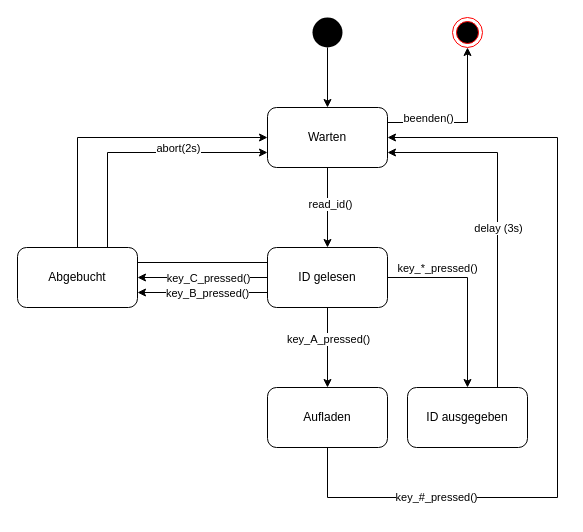
Above: design/StatePattern.drawio in lukas-honold/BudeRFID (draw.io), before the change. Source tidied: cells renumbered, new cells numbered last; positions are measured from the earlier drawing's top-left corner, leaving out a move shared by most shapes. Both pictures are drawn from the tidied source at 100%, with x=0, y=0 at pixel (17, 17).
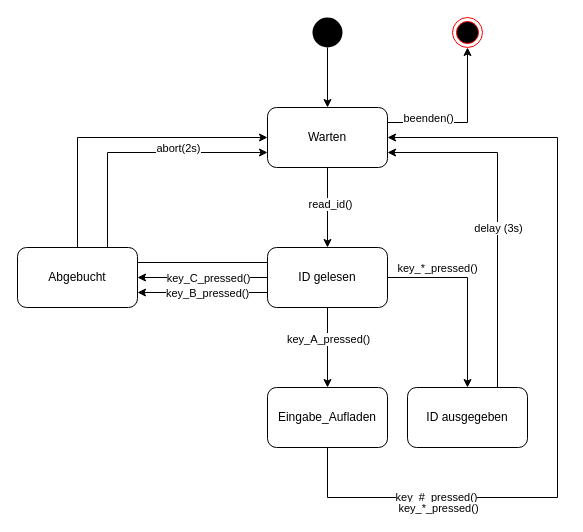
After the change.

Change to the diagram source:
```diff
@@
-    <mxCell id="22" value="Aufladen" style="rounded=1;whiteSpace=wrap;html=1;" parent="1" vertex="1">
+    <mxCell id="22" value="Eingabe_Aufladen" style="rounded=1;whiteSpace=wrap;html=1;" parent="1" vertex="1">
       <mxGeometry x="250" y="370" width="120" height="60" as="geometry" />
     </mxCell>
@@
+    <mxCell id="29" value="key_*_pressed()" style="edgeLabel;html=1;align=center;verticalAlign=middle;" parent="1" vertex="1">
+      <mxGeometry x="420" y="490" as="geometry" />
+    </mxCell>
```
